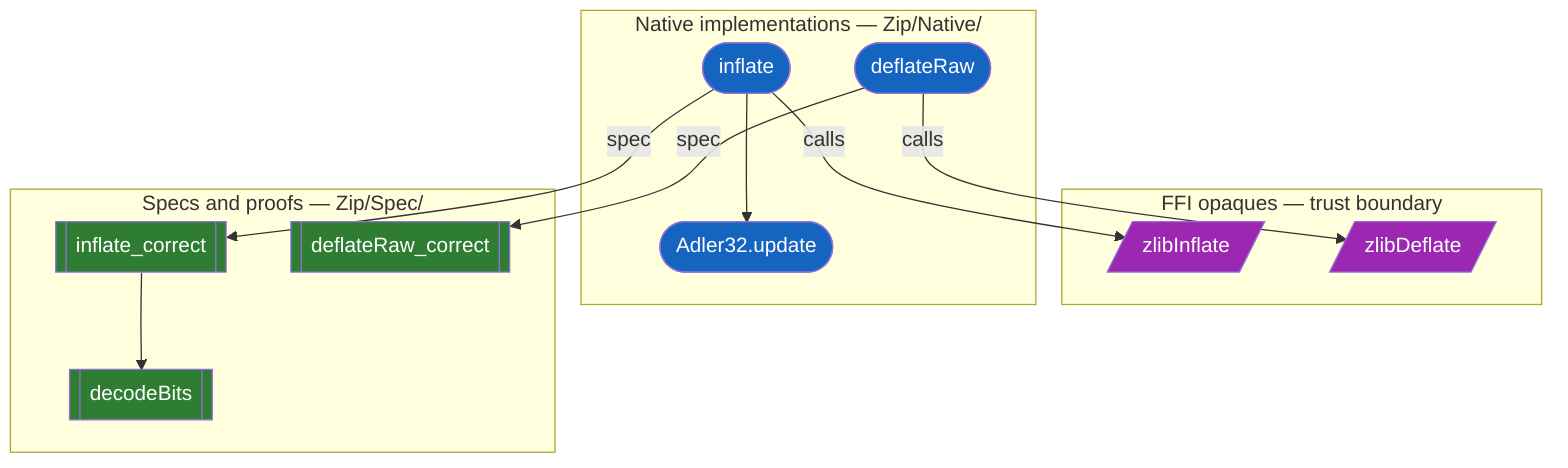
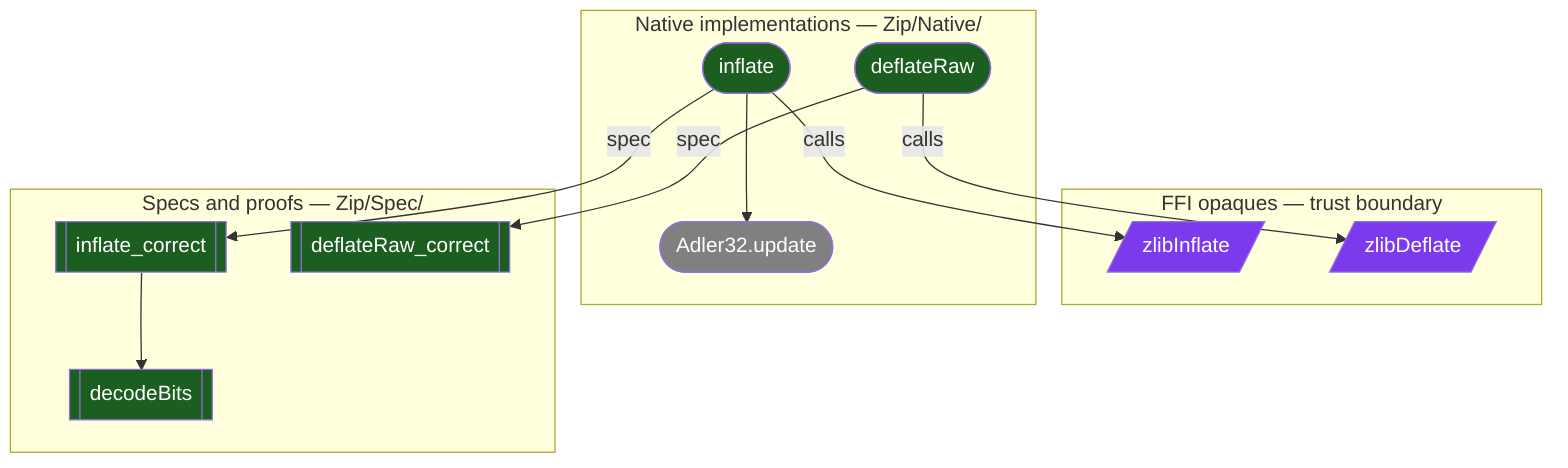
flowchart TD
    subgraph ffi ["FFI opaques — trust boundary"]
        f1[/"zlibInflate"/]:::purple
        f2[/"zlibDeflate"/]:::purple
    end
    subgraph native ["Native implementations — Zip/Native/"]
-         n1(["inflate"]):::darkBlue
-         n2(["deflateRaw"]):::darkBlue
-         n3(["Adler32.update"]):::darkBlue
+         n1(["inflate"]):::darkGreen
+         n2(["deflateRaw"]):::darkGreen
+         n3(["Adler32.update"]):::grey
    end
    subgraph spec ["Specs and proofs — Zip/Spec/"]
        s1[["inflate_correct"]]:::darkGreen
        s2[["deflateRaw_correct"]]:::darkGreen
        s3[["decodeBits"]]:::darkGreen
    end
    n1 -->|calls| f1
    n2 -->|calls| f2
    n1 -->|spec| s1
    n2 -->|spec| s2
    n1 --> n3
    s1 --> s3
-     classDef purple fill:#9c27b0,color:#fff
-     classDef darkBlue fill:#1565c0,color:#fff
-     classDef darkGreen fill:#2e7d32,color:#fff
+     classDef purple fill:#7C3AED,color:#fff
+     classDef darkGreen fill:#1B5E20,color:#fff
+     classDef grey fill:#808080,color:#fff
